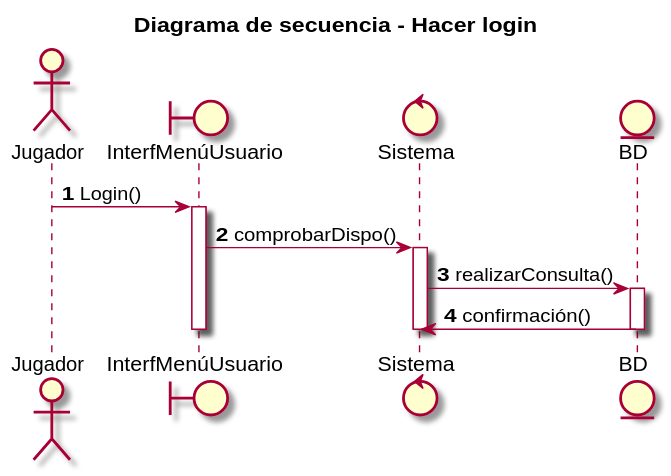
Before: UML/Diagramas de secuencia/Jugador/Hacer login/Hacer login.svg, a diagram exported from PlantUML (dmontesinos/ES-2019-G43-2-02.v1). Its diagram source:
```plantuml
@startuml
title Diagrama de secuencia - Hacer login
autonumber
actor Jugador
boundary InterfMenúUsuario
control Sistema
entity BD

Jugador -> InterfMenúUsuario : Login()
activate InterfMenúUsuario
InterfMenúUsuario -> Sistema : comprobarDispo()
activate Sistema
Sistema -> BD : realizarConsulta()
activate BD
BD -> Sistema : confirmación()
deactivate BD
deactivate Sistema
deactivate InterfMenúUsuario
@enduml
```
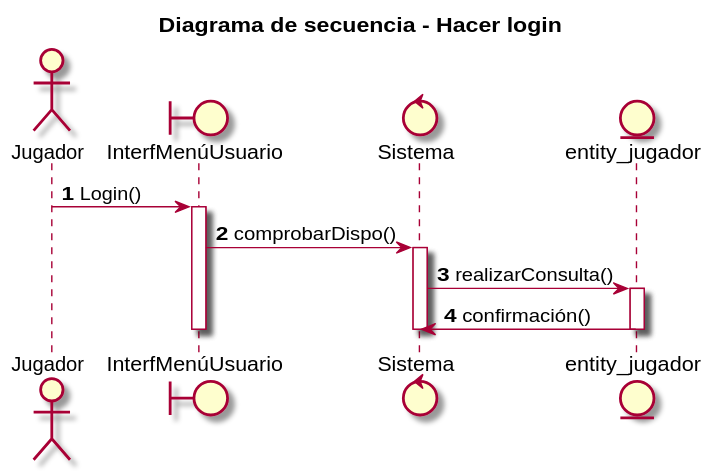
The same diagram one commit later.

What changed in the source:
```diff
@@ -4,16 +4,16 @@
 actor Jugador
 boundary InterfMenúUsuario
 control Sistema
-entity BD
+entity entity_jugador
 
 Jugador -> InterfMenúUsuario : Login()
 activate InterfMenúUsuario
 InterfMenúUsuario -> Sistema : comprobarDispo()
 activate Sistema
-Sistema -> BD : realizarConsulta()
-activate BD
-BD -> Sistema : confirmación()
-deactivate BD
+Sistema -> entity_jugador : realizarConsulta()
+activate entity_jugador
+entity_jugador -> Sistema : confirmación()
+deactivate entity_jugador
 deactivate Sistema
 deactivate InterfMenúUsuario
 @enduml
```
